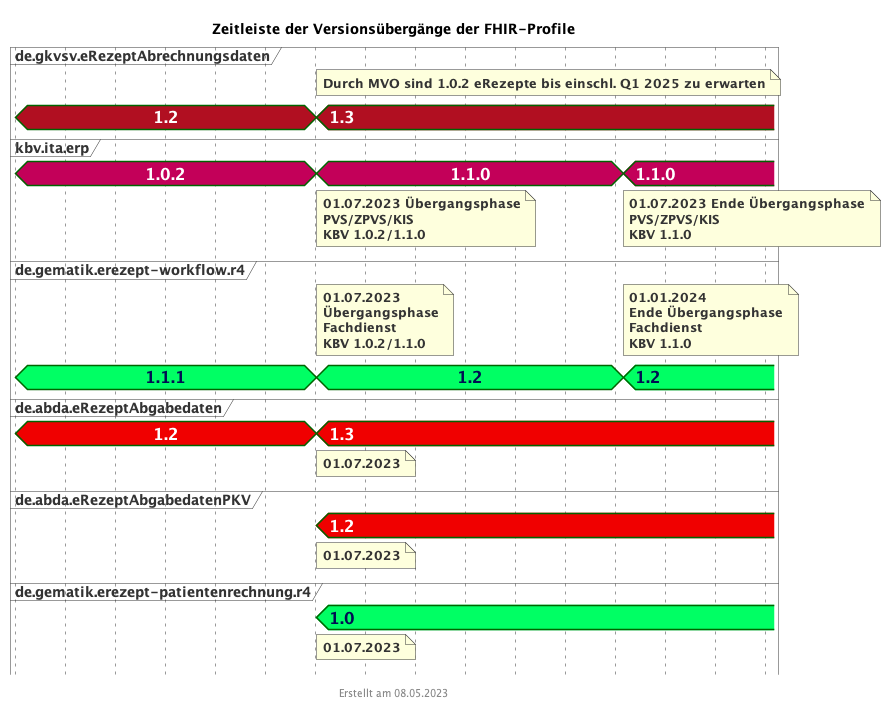
The PlantUML diagram images/puml_fhir_version_timeline.png in gematik/api-erp, before a commit.
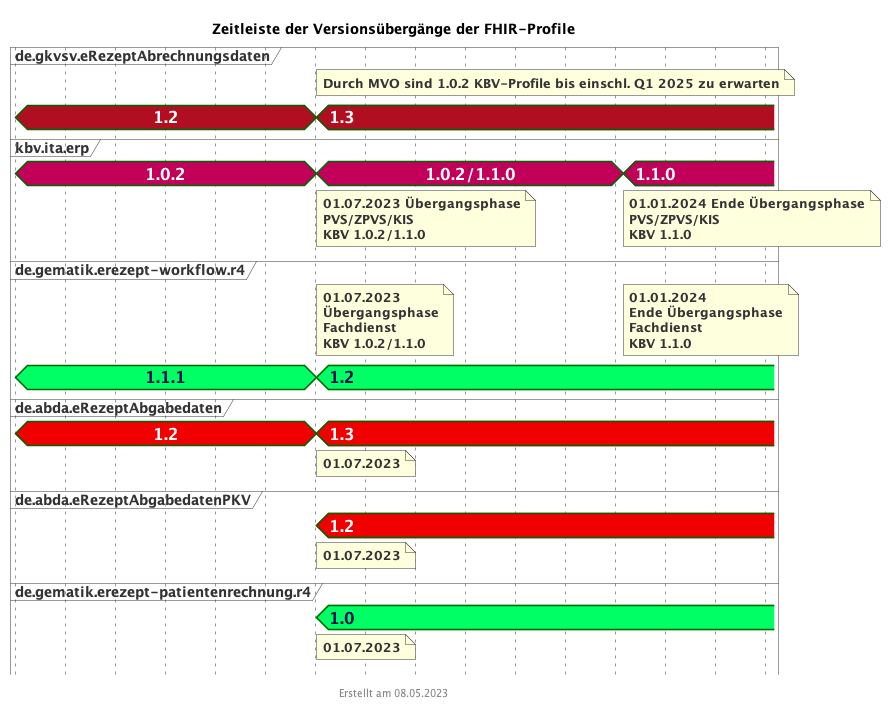
The same diagram one commit later.

Diff of the diagram source:
```diff
@@ -53,8 +53,8 @@
 note top of gematik : 01.07.2023\nÜbergangsphase\nFachdienst\nKBV 1.0.2/1.1.0
 note bottom of gematikpkv : 01.07.2023
 note bottom of DAV : 01.07.2023
-note top of GKV : Durch MVO sind 1.0.2 eRezepte bis einschl. Q1 2025 zu erwarten
-KBV is 1.1.0
+note top of GKV : Durch MVO sind 1.0.2 KBV-Profile bis einschl. Q1 2025 zu erwarten
+KBV is "1.0.2/1.1.0"
 gematik is 1.2
 gematikpkv is 1.0
 DAV is 1.3
@@ -62,10 +62,9 @@
 GKV is 1.3
 
 @2024/01/01
-note bottom of KBV : 01.07.2023 Ende Übergangsphase\nPVS/ZPVS/KIS\nKBV 1.1.0
+note bottom of KBV : 01.01.2024 Ende Übergangsphase\nPVS/ZPVS/KIS\nKBV 1.1.0
 note top of gematik : 01.01.2024\nEnde Übergangsphase\nFachdienst\nKBV 1.1.0
 KBV is 1.1.0
-gematik is 1.2
 
 @2024/03/01
 
```
